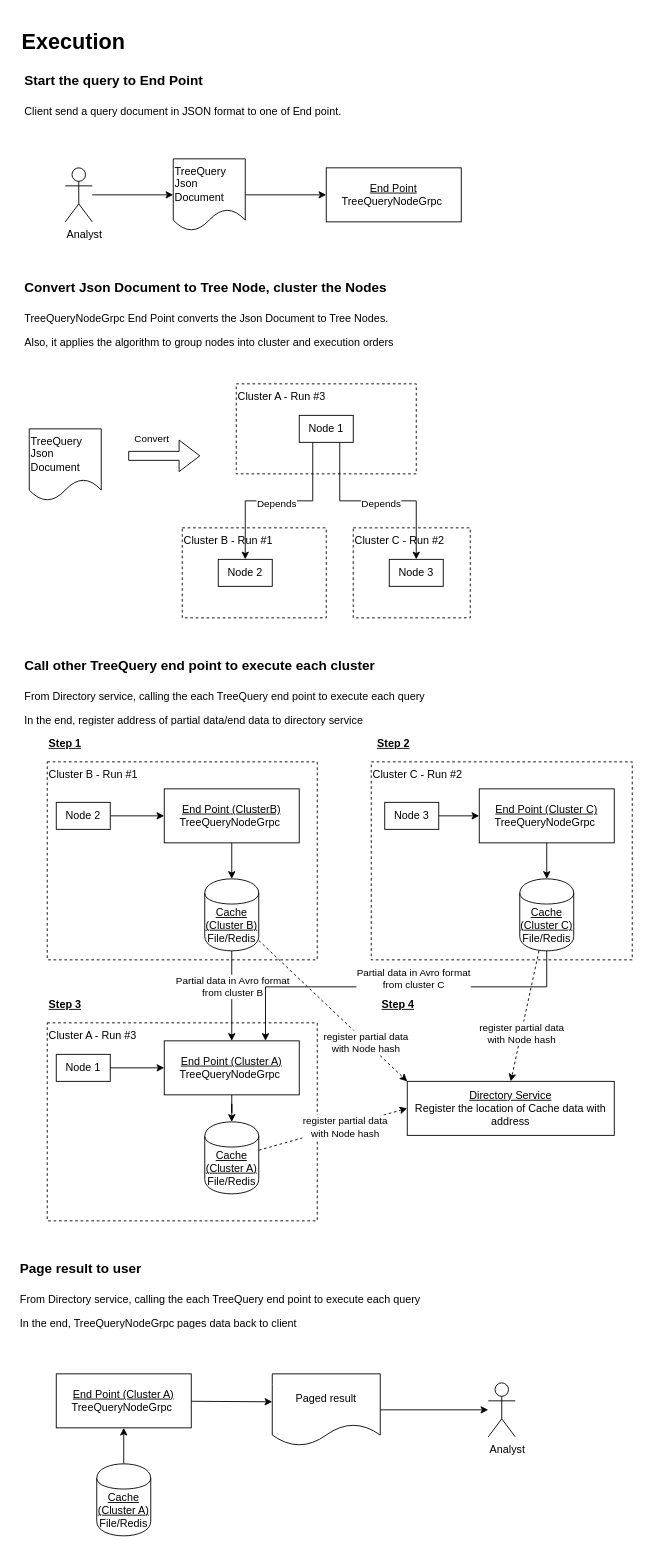
This is TreeQueryExecution.drawio from pawarashish564/TreeQuery, a draw.io file, before an edit. Source tidied: cells renumbered, new cells numbered last; positions are measured from the earlier drawing's top-left corner, leaving out a move shared by most shapes. Both pictures are drawn from the tidied source at 90%, with x=0, y=0 at pixel (15, 32).
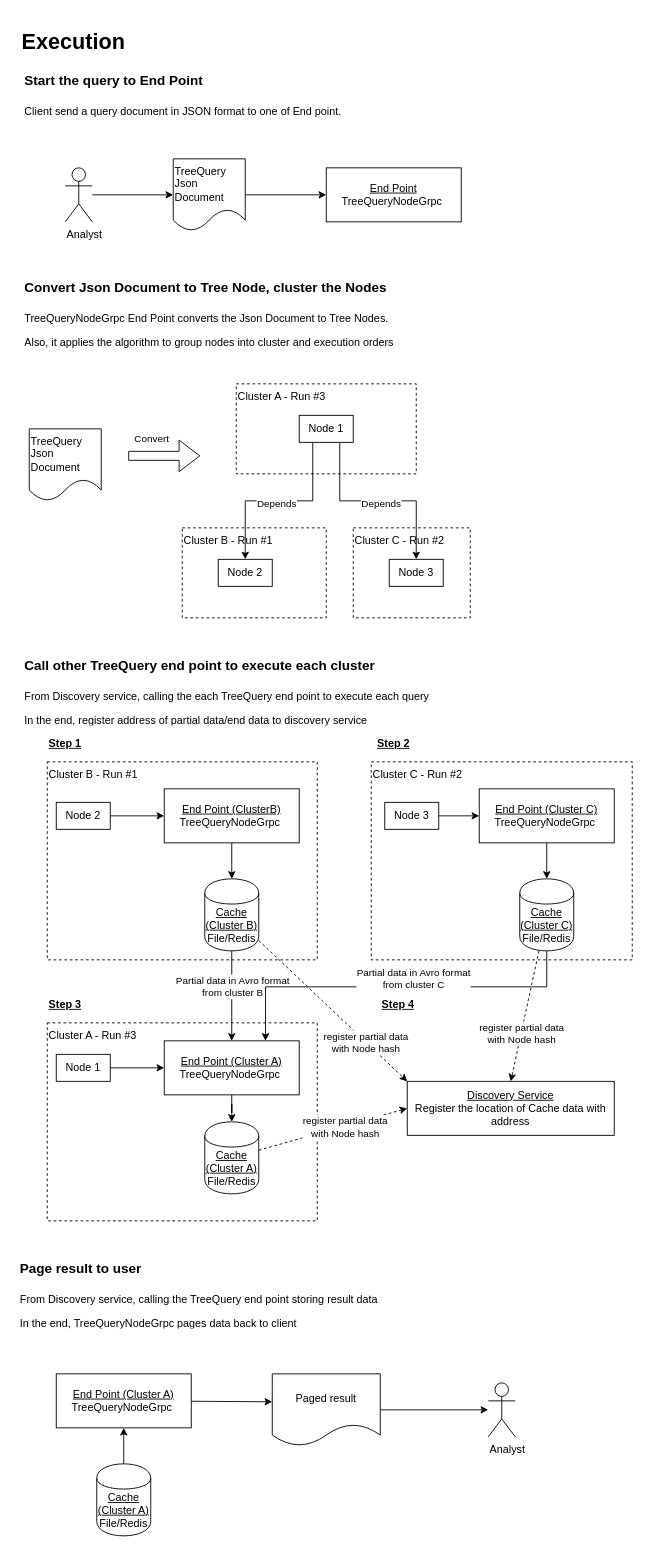
After the change.

Commit message (it also covers changes not shown here):
Prepare for Discovery service to locate cache

The edit, as a diff of the source:
```diff
@@
-    <mxCell id="25" value="&lt;h1&gt;&lt;font style=&quot;font-size: 15px&quot;&gt;Call other TreeQuery end point to execute each cluster&lt;/font&gt;&lt;/h1&gt;&lt;p&gt;From Directory service, calling the each TreeQuery end point to execute each query&lt;/p&gt;&lt;p&gt;In the end, register address of partial data/end data to directory service&lt;/p&gt;" style="text;html=1;strokeColor=none;fillColor=none;spacing=5;spacingTop=-20;whiteSpace=wrap;overflow=hidden;rounded=0;dashed=1;align=left;" parent="1" vertex="1">
+    <mxCell id="25" value="&lt;h1&gt;&lt;font style=&quot;font-size: 15px&quot;&gt;Call other TreeQuery end point to execute each cluster&lt;/font&gt;&lt;/h1&gt;&lt;p&gt;From Discovery service, calling the each TreeQuery end point to execute each query&lt;/p&gt;&lt;p&gt;In the end, register address of partial data/end data to discovery service&lt;/p&gt;" style="text;html=1;strokeColor=none;fillColor=none;spacing=5;spacingTop=-20;whiteSpace=wrap;overflow=hidden;rounded=0;dashed=1;align=left;" parent="1" vertex="1">
       <mxGeometry x="5" y="680" width="480" height="90" as="geometry" />
     </mxCell>
@@
-    <mxCell id="55" value="&lt;h1&gt;&lt;font style=&quot;font-size: 15px&quot;&gt;Page result to user&lt;/font&gt;&lt;/h1&gt;&lt;p&gt;From Directory service, calling the each TreeQuery end point to execute each query&lt;/p&gt;&lt;p&gt;In the end, TreeQueryNodeGrpc pages data back to client&lt;/p&gt;" style="text;html=1;strokeColor=none;fillColor=none;spacing=5;spacingTop=-20;whiteSpace=wrap;overflow=hidden;rounded=0;dashed=1;align=left;" parent="1" vertex="1">
+    <mxCell id="55" value="&lt;h1&gt;&lt;font style=&quot;font-size: 15px&quot;&gt;Page result to user&lt;/font&gt;&lt;/h1&gt;&lt;p&gt;From Discovery service, calling the TreeQuery end point storing result data&lt;/p&gt;&lt;p&gt;In the end, TreeQueryNodeGrpc pages data back to client&lt;/p&gt;" style="text;html=1;strokeColor=none;fillColor=none;spacing=5;spacingTop=-20;whiteSpace=wrap;overflow=hidden;rounded=0;dashed=1;align=left;" parent="1" vertex="1">
       <mxGeometry y="1350" width="480" height="90" as="geometry" />
     </mxCell>
@@
-    <mxCell id="57" value="&lt;u&gt;Directory Service&lt;/u&gt;&lt;br&gt;Register the location of Cache data with address" style="rounded=0;whiteSpace=wrap;html=1;" parent="1" vertex="1">
+    <mxCell id="57" value="&lt;u&gt;Discovery Service&lt;/u&gt;&lt;br&gt;Register the location of Cache data with address" style="rounded=0;whiteSpace=wrap;html=1;" parent="1" vertex="1">
       <mxGeometry x="435" y="1165" width="230" height="60" as="geometry" />
     </mxCell>
```
